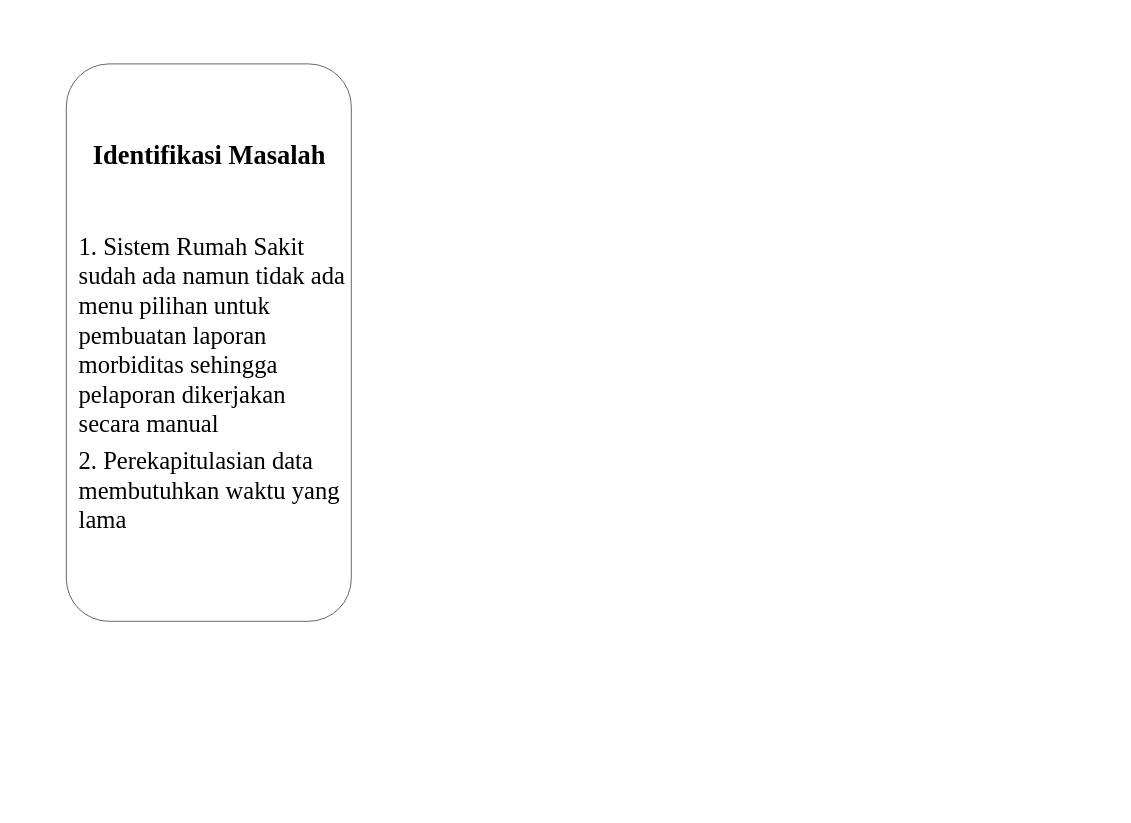
Earlier version of the draw.io diagram kerangka berfikir.drawio (evaald/skripsi). Source tidied: cells renumbered, new cells numbered last; positions are measured from the earlier drawing's top-left corner, leaving out a move shared by most shapes. Both pictures are drawn from the tidied source at 60%, with x=0, y=0 at pixel (66, 64).
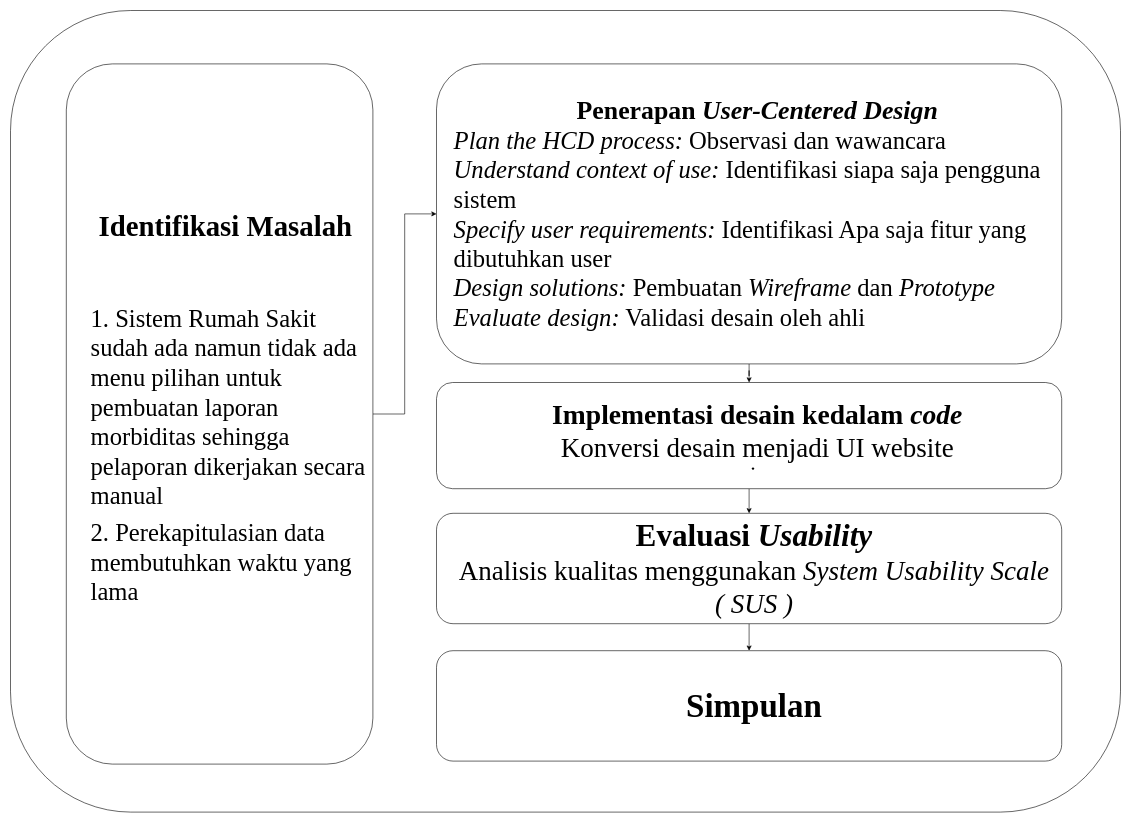
The same page after the edit.

The edit, as a diff of the source:
```diff
@@
 <mxGraphModel>
   <root>
     <mxCell id="0" />
     <mxCell id="1" parent="0" />
+    <mxCell id="3" style="rounded=1;whiteSpace=wrap;html=1;fontFamily=Times New Roman;" parent="1" vertex="1">
+      <mxGeometry x="-93" y="-89" width="1850" height="1336" as="geometry" />
+    </mxCell>
+    <mxCell id="4" style="edgeStyle=orthogonalEdgeStyle;rounded=0;jettySize=auto;html=1;fontFamily=Times New Roman;" parent="1" edge="1" source="2" target="6">
+      <mxGeometry relative="1" as="geometry" />
+    </mxCell>
-    <mxCell id="2" value="&lt;p style=&quot;margin-bottom: 0cm;&quot; class=&quot;MsoNormal&quot;&gt;&lt;/p&gt;&lt;div style=&quot;text-align: center;&quot;&gt;&lt;b style=&quot;background-color: transparent; color: light-dark(rgb(0, 0, 0), rgb(255, 255, 255));&quot;&gt;&lt;span style=&quot;line-height: 115%; font-family: &amp;quot;Times New Roman&amp;quot;, serif;&quot;&gt;&lt;font style=&quot;font-size: 44px;&quot;&gt;Identifikasi Masalah&lt;/font&gt;&lt;/span&gt;&lt;/b&gt;&lt;/div&gt;&lt;p&gt;&lt;/p&gt;&lt;font style=&quot;font-size: 41px;&quot;&gt;&lt;div style=&quot;text-align: center;&quot;&gt;&lt;br&gt;&lt;/div&gt;&lt;br&gt;&lt;/font&gt;&lt;p style=&quot;margin-top: 0cm; margin-right: 0cm; margin-left: 14.2pt;&quot; class=&quot;MsoListParagraphCxSpFirst&quot;&gt;&lt;font style=&quot;font-size: 41px;&quot;&gt;&lt;span style=&quot;line-height: 115%; font-family: &amp;quot;Times New Roman&amp;quot;, serif;&quot;&gt;1.&lt;span style=&quot;font-variant-numeric: normal; font-variant-east-asian: normal; font-variant-alternates: normal; font-size-adjust: none; font-kerning: auto; font-optical-sizing: auto; font-feature-settings: normal; font-variation-settings: normal; font-variant-position: normal; font-variant-emoji: normal; font-stretch: normal; line-height: normal; font-family: &amp;quot;Times New Roman&amp;quot;;&quot;&gt;&amp;nbsp;&lt;/span&gt;&lt;/span&gt;&lt;span style=&quot;line-height: 115%; font-family: &amp;quot;Times New Roman&amp;quot;, serif;&quot;&gt;Sistem Rumah Sakit sudah ada namun tidak ada menu pilihan untuk pembuatan laporan morbiditas sehingga pelaporan dikerjakan secara manual&lt;/span&gt;&lt;/font&gt;&lt;/p&gt;&lt;p style=&quot;margin-top: 0cm; margin-right: 0cm; margin-left: 14.2pt;&quot; class=&quot;MsoListParagraphCxSpMiddle&quot;&gt;&lt;font style=&quot;font-size: 41px;&quot;&gt;&lt;span style=&quot;line-height: 115%; font-family: &amp;quot;Times New Roman&amp;quot;, serif;&quot;&gt;2.&lt;span style=&quot;font-variant-numeric: normal; font-variant-east-asian: normal; font-variant-alternates: normal; font-size-adjust: none; font-kerning: auto; font-optical-sizing: auto; font-feature-settings: normal; font-variation-settings: normal; font-variant-position: normal; font-variant-emoji: normal; font-stretch: normal; line-height: normal; font-family: &amp;quot;Times New Roman&amp;quot;;&quot;&gt;&amp;nbsp;&lt;/span&gt;&lt;/span&gt;&lt;span style=&quot;line-height: 115%; font-family: &amp;quot;Times New Roman&amp;quot;, serif;&quot;&gt;Perekapitulasian data membutuhkan waktu yang lama&lt;/span&gt;&lt;/font&gt;&lt;/p&gt;" style="rounded=1;whiteSpace=wrap;html=1;align=left;" parent="1" vertex="1">
-      <mxGeometry width="475" height="929" as="geometry" />
+    <mxCell id="2" value="&lt;p class=&quot;MsoNormal&quot; style=&quot;margin-bottom: 0cm;&quot;&gt;&lt;/p&gt;&lt;div style=&quot;text-align: center;&quot;&gt;&lt;b style=&quot;background-color: transparent; color: light-dark(rgb(0, 0, 0), rgb(255, 255, 255));&quot;&gt;&lt;span style=&quot;line-height: 115%;&quot;&gt;&lt;font style=&quot;font-size: 48px;&quot;&gt;Identifikasi Masalah&lt;/font&gt;&lt;/span&gt;&lt;/b&gt;&lt;/div&gt;&lt;p&gt;&lt;/p&gt;&lt;font style=&quot;font-size: 41px;&quot;&gt;&lt;div style=&quot;text-align: center;&quot;&gt;&lt;br&gt;&lt;/div&gt;&lt;br&gt;&lt;/font&gt;&lt;p class=&quot;MsoListParagraphCxSpFirst&quot; style=&quot;margin-top: 0cm; margin-right: 0cm; margin-left: 14.2pt;&quot;&gt;&lt;font style=&quot;font-size: 41px;&quot;&gt;&lt;span style=&quot;line-height: 115%;&quot;&gt;1.&lt;span style=&quot;font-variant-numeric: normal; font-variant-east-asian: normal; font-variant-alternates: normal; font-size-adjust: none; font-kerning: auto; font-optical-sizing: auto; font-feature-settings: normal; font-variation-settings: normal; font-variant-position: normal; font-variant-emoji: normal; font-stretch: normal; line-height: normal;&quot;&gt;&amp;nbsp;&lt;/span&gt;&lt;/span&gt;&lt;span style=&quot;line-height: 115%;&quot;&gt;Sistem Rumah Sakit sudah ada namun tidak ada menu pilihan untuk pembuatan laporan morbiditas sehingga pelaporan dikerjakan secara manual&lt;/span&gt;&lt;/font&gt;&lt;/p&gt;&lt;p class=&quot;MsoListParagraphCxSpMiddle&quot; style=&quot;margin-top: 0cm; margin-right: 0cm; margin-left: 14.2pt;&quot;&gt;&lt;font style=&quot;font-size: 41px;&quot;&gt;&lt;span style=&quot;line-height: 115%;&quot;&gt;2.&lt;span style=&quot;font-variant-numeric: normal; font-variant-east-asian: normal; font-variant-alternates: normal; font-size-adjust: none; font-kerning: auto; font-optical-sizing: auto; font-feature-settings: normal; font-variation-settings: normal; font-variant-position: normal; font-variant-emoji: normal; font-stretch: normal; line-height: normal;&quot;&gt;&amp;nbsp;&lt;/span&gt;&lt;/span&gt;&lt;span style=&quot;line-height: 115%;&quot;&gt;Perekapitulasian data membutuhkan waktu yang lama&lt;/span&gt;&lt;/font&gt;&lt;/p&gt;" style="rounded=1;whiteSpace=wrap;html=1;align=left;spacingLeft=20;spacingRight=2;fontFamily=Times New Roman;" parent="1" vertex="1">
+      <mxGeometry width="511" height="1167" as="geometry" />
     </mxCell>
+    <mxCell id="5" style="edgeStyle=orthogonalEdgeStyle;rounded=0;jettySize=auto;html=1;fontFamily=Times New Roman;" parent="1" edge="1" source="6" target="8">
+      <mxGeometry relative="1" as="geometry" />
+    </mxCell>
+    <mxCell id="6" value="&lt;font style=&quot;font-size: 43px;&quot;&gt;&lt;b style=&quot;&quot;&gt;Penerapan &lt;i style=&quot;&quot;&gt;User-Centered Design&lt;/i&gt;&lt;/b&gt;&lt;/font&gt;&lt;div style=&quot;text-align: left;&quot;&gt;&lt;font style=&quot;font-size: 41px;&quot;&gt;&lt;em style=&quot;background-color: transparent; color: light-dark(rgb(0, 0, 0), rgb(255, 255, 255));&quot;&gt;Plan the HCD process:&lt;/em&gt;&lt;span style=&quot;background-color: transparent; color: light-dark(rgb(0, 0, 0), rgb(255, 255, 255));&quot;&gt; Observasi dan wawancara&lt;/span&gt;&lt;/font&gt;&lt;/div&gt;&lt;div style=&quot;text-align: left;&quot;&gt;&lt;font style=&quot;font-size: 41px;&quot;&gt;&lt;em style=&quot;background-color: transparent; color: light-dark(rgb(0, 0, 0), rgb(255, 255, 255));&quot;&gt;Understand context of use:&lt;/em&gt;&lt;span style=&quot;background-color: transparent; color: light-dark(rgb(0, 0, 0), rgb(255, 255, 255));&quot;&gt;&amp;nbsp;Identifikasi siapa saja pengguna sistem&lt;/span&gt;&lt;/font&gt;&lt;/div&gt;&lt;div style=&quot;text-align: left;&quot;&gt;&lt;font style=&quot;font-size: 41px;&quot;&gt;&lt;em style=&quot;background-color: transparent; color: light-dark(rgb(0, 0, 0), rgb(255, 255, 255));&quot;&gt;Specify user requirements:&lt;/em&gt;&lt;span style=&quot;background-color: transparent; color: light-dark(rgb(0, 0, 0), rgb(255, 255, 255));&quot;&gt;&amp;nbsp;Identifikasi Apa saja fitur yang dibutuhkan user&lt;/span&gt;&lt;/font&gt;&lt;/div&gt;&lt;div style=&quot;text-align: left;&quot;&gt;&lt;font style=&quot;font-size: 41px;&quot;&gt;&lt;em style=&quot;background-color: transparent; color: light-dark(rgb(0, 0, 0), rgb(255, 255, 255));&quot;&gt;Design solutions:&lt;/em&gt;&lt;span style=&quot;background-color: transparent; color: light-dark(rgb(0, 0, 0), rgb(255, 255, 255));&quot;&gt;&amp;nbsp;Pembuatan &lt;i&gt;Wireframe&lt;/i&gt; dan &lt;i&gt;Prototype&lt;/i&gt;&lt;/span&gt;&lt;/font&gt;&lt;/div&gt;&lt;div style=&quot;text-align: left;&quot;&gt;&lt;font style=&quot;font-size: 41px;&quot;&gt;&lt;em style=&quot;background-color: transparent; color: light-dark(rgb(0, 0, 0), rgb(255, 255, 255));&quot;&gt;Evaluate design:&lt;/em&gt;&lt;span style=&quot;background-color: transparent; color: light-dark(rgb(0, 0, 0), rgb(255, 255, 255));&quot;&gt; Validasi desain oleh ahli&lt;/span&gt;&lt;/font&gt;&lt;/div&gt;" style="rounded=1;whiteSpace=wrap;html=1;spacingTop=0;spacingLeft=28;fontFamily=Times New Roman;" parent="1" vertex="1">
+      <mxGeometry x="617" width="1042" height="500" as="geometry" />
+    </mxCell>
+    <mxCell id="7" style="edgeStyle=orthogonalEdgeStyle;rounded=0;jettySize=auto;html=1;fontFamily=Times New Roman;" parent="1" edge="1" source="8" target="10">
+      <mxGeometry relative="1" as="geometry" />
+    </mxCell>
+    <mxCell id="8" value="&lt;b style=&quot;&quot;&gt;&lt;font style=&quot;font-size: 46px;&quot;&gt;Implementasi desain kedalam &lt;i style=&quot;&quot;&gt;code&lt;/i&gt;&lt;/font&gt;&lt;/b&gt;&lt;div&gt;&lt;span style=&quot;background-color: transparent; color: light-dark(rgb(0, 0, 0), rgb(255, 255, 255));&quot;&gt;&lt;font style=&quot;font-size: 45px;&quot;&gt;Konversi desain menjadi UI website&lt;/font&gt;&lt;/span&gt;&lt;div&gt;&lt;li&gt;&lt;p&gt;&lt;/p&gt;&lt;/li&gt;&lt;/div&gt;&lt;/div&gt;" style="rounded=1;whiteSpace=wrap;html=1;spacingTop=10;spacingLeft=28;spacing=2;fontFamily=Times New Roman;" parent="1" vertex="1">
+      <mxGeometry x="617" y="531" width="1042" height="177" as="geometry" />
+    </mxCell>
+    <mxCell id="9" style="edgeStyle=orthogonalEdgeStyle;rounded=0;jettySize=auto;html=1;fontFamily=Times New Roman;" parent="1" edge="1" source="10" target="11">
+      <mxGeometry relative="1" as="geometry" />
+    </mxCell>
+    <mxCell id="10" value="&lt;font style=&quot;font-size: 52px;&quot;&gt;&lt;b style=&quot;&quot;&gt;Evaluasi&lt;i style=&quot;&quot;&gt; Usability&lt;/i&gt;&lt;/b&gt;&lt;/font&gt;&lt;div style=&quot;&quot;&gt;&lt;font style=&quot;font-size: 45px;&quot;&gt;Analisis kualitas menggunakan&lt;i style=&quot;&quot;&gt; System Usability Scale ( SUS )&lt;/i&gt;&lt;/font&gt;&lt;/div&gt;" style="rounded=1;whiteSpace=wrap;html=1;spacingTop=0;spacingLeft=28;spacingRight=11;fontFamily=Times New Roman;align=center;" parent="1" vertex="1">
+      <mxGeometry x="617" y="749" width="1042" height="184" as="geometry" />
+    </mxCell>
+    <mxCell id="11" value="&lt;div style=&quot;text-align: left;&quot;&gt;&lt;b style=&quot;&quot;&gt;&lt;font style=&quot;font-size: 55px;&quot;&gt;Simpulan&lt;/font&gt;&lt;/b&gt;&lt;/div&gt;" style="rounded=1;whiteSpace=wrap;html=1;spacingTop=0;spacingLeft=28;spacingRight=11;fontFamily=Times New Roman;" parent="1" vertex="1">
+      <mxGeometry x="617" y="978" width="1042" height="184" as="geometry" />
+    </mxCell>
   </root>
 </mxGraphModel>
```
